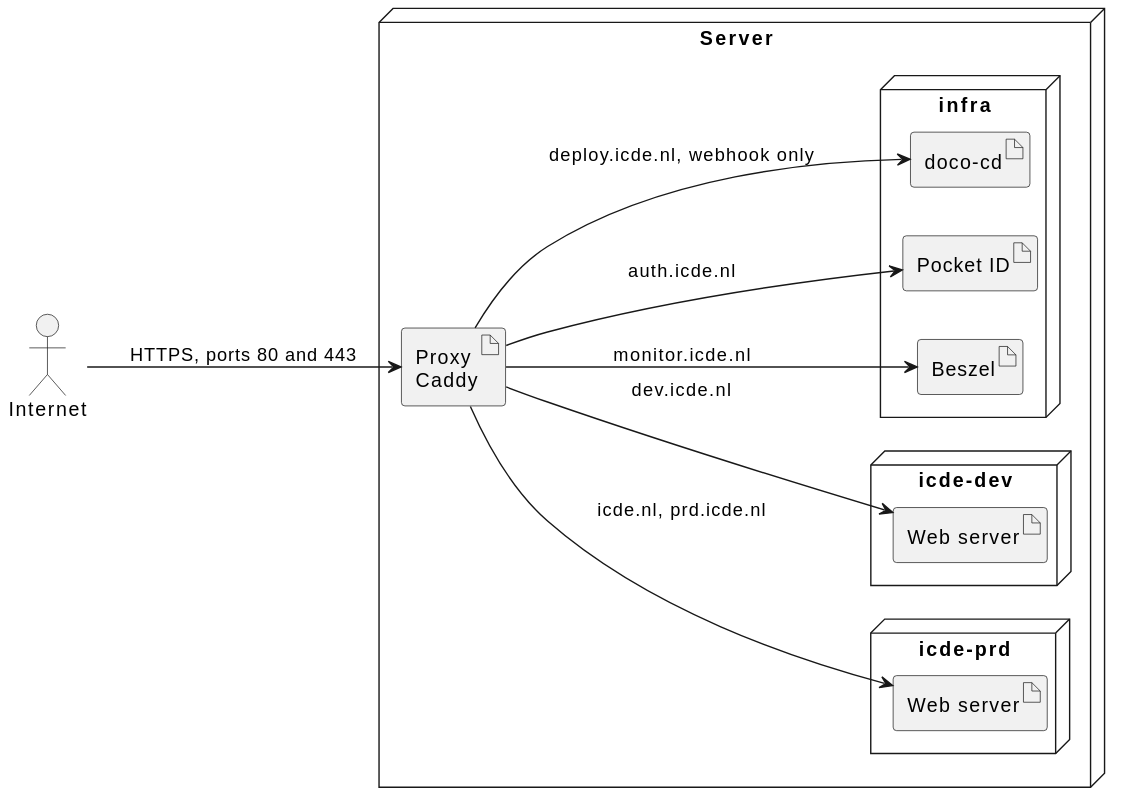
Above: docs/diagrams/proxy-routing.svg in HAN-Craftsmanship-KL-JJG/casus (PlantUML), before the change.
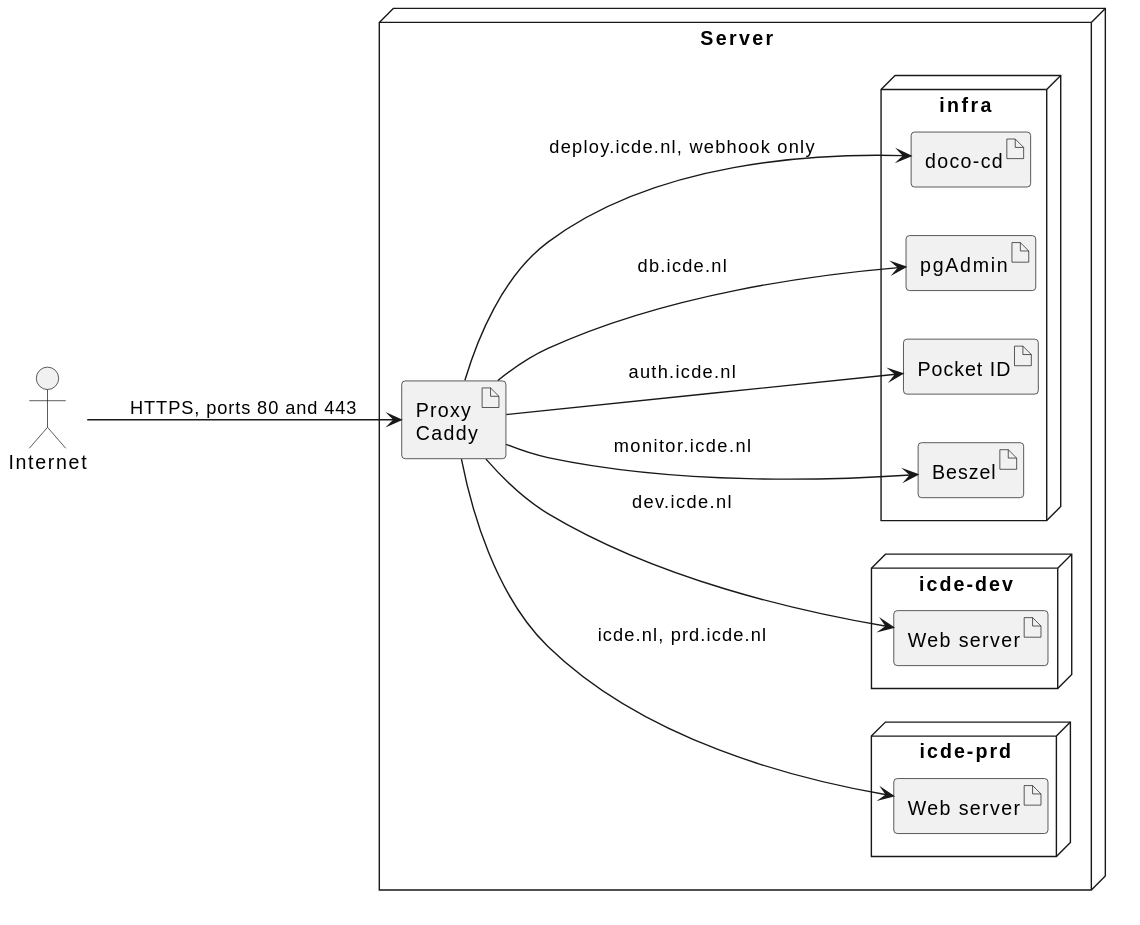
The same diagram one commit later.

Commit message:
feat(infra): add pgAdmin behind the Pocket ID login

Diff of the diagram source:
```diff
@@ -16,6 +16,7 @@
   node "infra" as infra {
     artifact Beszel as beszel
     artifact "Pocket ID" as pocket
+    artifact pgAdmin as pgadmin
     artifact "doco-cd" as dococd
   }
 }
@@ -25,5 +26,6 @@
 proxy --> devweb : dev.icde.nl
 proxy --> beszel : monitor.icde.nl
 proxy --> pocket : auth.icde.nl
+proxy --> pgadmin : db.icde.nl
 proxy --> dococd : deploy.icde.nl, webhook only
 @enduml
```
